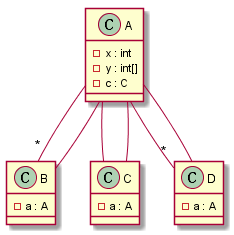
Above: uml1.png in SamJaylnn/UML-Parser (PlantUML), before the change.
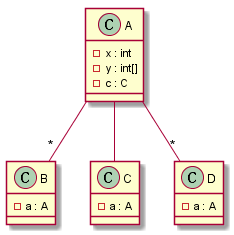
The same file after the commit.

Diff of the diagram source:
```diff
@@ -12,8 +12,5 @@
 A --"*" B
 A --"*" D
 A -- C
-B -- A
-C -- A
-D -- A
 
 @enduml
```
